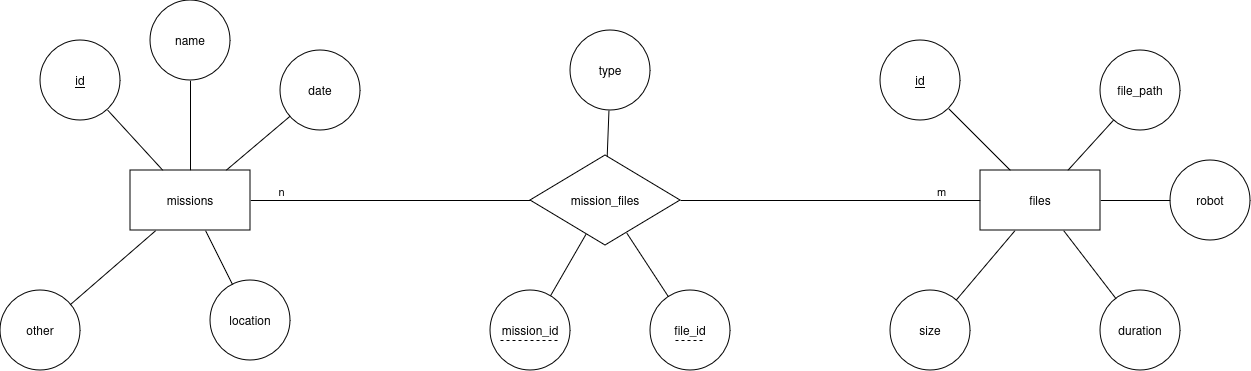
Above: docs/db_scheme/db_scheme_er_diagram.png in brendel-group/mission_db (draw.io), before the change. Source tidied: cells renumbered, new cells last; positions are measured from the earlier drawing's top-left corner, leaving out a move shared by most shapes.
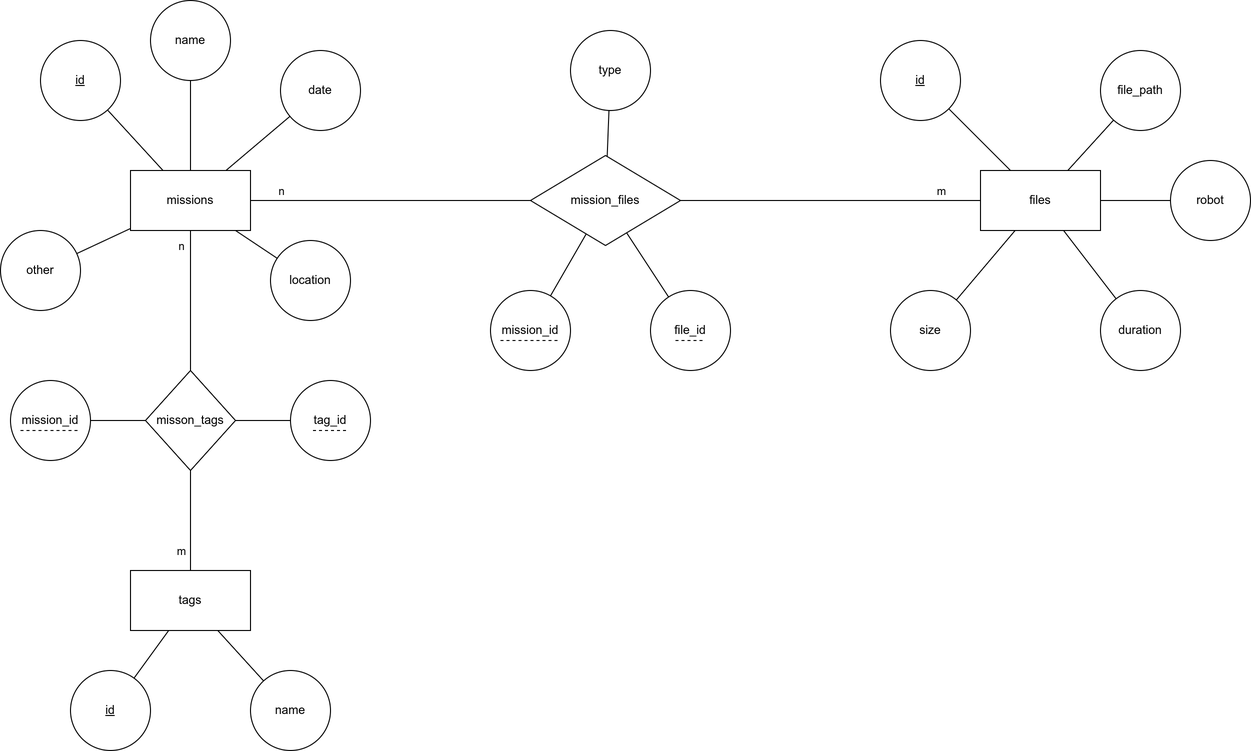
The same diagram one commit later.

Commit message:
Update database scheme and description for tags (#32)

I updated the two files with the ER diagram and updated the desciption
in the
[README.md](https://github.com/brendel-group/polybot_mission_db/tree/feature/update_db_scheme_tags/docs/db_scheme).\
The new parts are the `tags` and `mission_tags` tables and their
explanation.

You only need to look at the README.md and try to understand the
explanation.

resolves #24

What changed in the source:
```diff
@@ -28,6 +28,14 @@
     <mxCell id="9" style="edgeStyle=none;shape=connector;rounded=0;jettySize=auto;html=1;strokeColor=default;align=center;verticalAlign=middle;fontFamily=Helvetica;fontSize=11;fontColor=default;labelBackgroundColor=default;endArrow=none;" parent="1" edge="1" source="10" target="32">
       <mxGeometry relative="1" as="geometry" />
     </mxCell>
+    <mxCell id="39" style="edgeStyle=none;shape=connector;rounded=0;jettySize=auto;html=1;labelBackgroundColor=default;strokeColor=default;align=center;verticalAlign=middle;fontFamily=Helvetica;fontSize=11;fontColor=default;endArrow=none;" parent="1" edge="1" source="10" target="45">
+      <mxGeometry relative="1" as="geometry" />
+    </mxCell>
+    <mxCell id="40" value="n" style="edgeLabel;html=1;align=center;verticalAlign=middle;fontSize=11;fontFamily=Helvetica;fontColor=default;" parent="39" vertex="1">
+      <mxGeometry x="-0.17" y="2" relative="1" as="geometry">
+        <mxPoint x="-12" y="-43" as="offset" />
+      </mxGeometry>
+    </mxCell>
     <mxCell id="10" value="missions" style="rounded=0;whiteSpace=wrap;html=1;" parent="1" vertex="1">
       <mxGeometry x="130" y="170" width="120" height="60" as="geometry" />
     </mxCell>
@@ -61,10 +69,10 @@
       <mxGeometry x="40" y="40" width="80" height="80" as="geometry" />
     </mxCell>
     <mxCell id="20" value="location" style="ellipse;whiteSpace=wrap;html=1;rounded=0;" parent="1" vertex="1">
-      <mxGeometry x="210" y="280" width="80" height="80" as="geometry" />
+      <mxGeometry x="270" y="240" width="80" height="80" as="geometry" />
     </mxCell>
     <mxCell id="21" value="other" style="ellipse;whiteSpace=wrap;html=1;rounded=0;" parent="1" vertex="1">
-      <mxGeometry y="290" width="80" height="80" as="geometry" />
+      <mxGeometry y="230" width="80" height="80" as="geometry" />
     </mxCell>
     <mxCell id="22" style="edgeStyle=none;shape=connector;rounded=0;jettySize=auto;html=1;strokeColor=default;align=center;verticalAlign=middle;fontFamily=Helvetica;fontSize=11;fontColor=default;labelBackgroundColor=default;endArrow=none;" parent="1" edge="1" source="25" target="34">
       <mxGeometry relative="1" as="geometry" />
@@ -123,5 +131,61 @@
         <mxPoint x="70" y="50" as="targetPoint" />
       </mxGeometry>
     </mxCell>
+    <mxCell id="41" style="edgeStyle=none;shape=connector;rounded=0;jettySize=auto;html=1;labelBackgroundColor=default;strokeColor=default;align=center;verticalAlign=middle;fontFamily=Helvetica;fontSize=11;fontColor=default;endArrow=none;" parent="1" edge="1" source="45" target="48">
+      <mxGeometry relative="1" as="geometry" />
+    </mxCell>
+    <mxCell id="42" value="m" style="edgeLabel;html=1;align=center;verticalAlign=middle;fontSize=11;fontFamily=Helvetica;fontColor=default;" parent="41" vertex="1">
+      <mxGeometry x="0.06" y="-3" relative="1" as="geometry">
+        <mxPoint x="-7" y="27" as="offset" />
+      </mxGeometry>
+    </mxCell>
+    <mxCell id="43" style="edgeStyle=none;shape=connector;rounded=0;jettySize=auto;html=1;labelBackgroundColor=default;strokeColor=default;align=center;verticalAlign=middle;fontFamily=Helvetica;fontSize=11;fontColor=default;endArrow=none;" parent="1" edge="1" source="45" target="52">
+      <mxGeometry relative="1" as="geometry" />
+    </mxCell>
+    <mxCell id="44" style="edgeStyle=none;shape=connector;rounded=0;jettySize=auto;html=1;labelBackgroundColor=default;strokeColor=default;align=center;verticalAlign=middle;fontFamily=Helvetica;fontSize=11;fontColor=default;endArrow=none;" parent="1" edge="1" source="45" target="55">
+      <mxGeometry relative="1" as="geometry" />
+    </mxCell>
+    <mxCell id="45" value="misson_tags" style="rhombus;whiteSpace=wrap;html=1;rounded=0;" parent="1" vertex="1">
+      <mxGeometry x="145" y="370" width="90" height="100" as="geometry" />
+    </mxCell>
+    <mxCell id="46" style="edgeStyle=none;shape=connector;rounded=0;jettySize=auto;html=1;labelBackgroundColor=default;strokeColor=default;align=center;verticalAlign=middle;fontFamily=Helvetica;fontSize=11;fontColor=default;endArrow=none;" parent="1" edge="1" source="48" target="49">
+      <mxGeometry relative="1" as="geometry" />
+    </mxCell>
+    <mxCell id="47" style="edgeStyle=none;shape=connector;rounded=0;jettySize=auto;html=1;labelBackgroundColor=default;strokeColor=default;align=center;verticalAlign=middle;fontFamily=Helvetica;fontSize=11;fontColor=default;endArrow=none;" parent="1" edge="1" source="48" target="50">
+      <mxGeometry relative="1" as="geometry" />
+    </mxCell>
+    <mxCell id="48" value="tags" style="whiteSpace=wrap;html=1;rounded=0;" parent="1" vertex="1">
+      <mxGeometry x="130" y="570" width="120" height="60" as="geometry" />
+    </mxCell>
+    <mxCell id="49" value="&lt;u&gt;id&lt;/u&gt;" style="ellipse;whiteSpace=wrap;html=1;rounded=0;" parent="1" vertex="1">
+      <mxGeometry x="70" y="670" width="80" height="80" as="geometry" />
+    </mxCell>
+    <mxCell id="50" value="name" style="ellipse;whiteSpace=wrap;html=1;rounded=0;" parent="1" vertex="1">
+      <mxGeometry x="250" y="670" width="80" height="80" as="geometry" />
+    </mxCell>
+    <mxCell id="51" style="group;" parent="1" vertex="1">
+      <mxGeometry x="10" y="380" width="80" height="80" as="geometry" />
+    </mxCell>
+    <mxCell id="52" value="mission_id" style="ellipse;whiteSpace=wrap;html=1;rounded=0;" parent="51" vertex="1">
+      <mxGeometry width="80" height="80" as="geometry" />
+    </mxCell>
+    <mxCell id="53" style="endArrow=none;dashed=1;html=1;rounded=0;labelBackgroundColor=default;strokeColor=default;align=center;verticalAlign=middle;fontFamily=Helvetica;fontSize=11;fontColor=default;shape=connector;" parent="51" edge="1">
+      <mxGeometry relative="1" as="geometry">
+        <mxPoint x="10" y="50" as="sourcePoint" />
+        <mxPoint x="70" y="50" as="targetPoint" />
+      </mxGeometry>
+    </mxCell>
+    <mxCell id="54" style="group;" parent="1" vertex="1">
+      <mxGeometry x="290" y="380" width="80" height="80" as="geometry" />
+    </mxCell>
+    <mxCell id="55" value="tag_id" style="ellipse;whiteSpace=wrap;html=1;rounded=0;" parent="54" vertex="1">
+      <mxGeometry width="80" height="80" as="geometry" />
+    </mxCell>
+    <mxCell id="56" style="endArrow=none;dashed=1;html=1;rounded=0;labelBackgroundColor=default;strokeColor=default;align=center;verticalAlign=middle;fontFamily=Helvetica;fontSize=11;fontColor=default;shape=connector;" parent="54" edge="1">
+      <mxGeometry relative="1" as="geometry">
+        <mxPoint x="22.5" y="50" as="sourcePoint" />
+        <mxPoint x="57.5" y="50" as="targetPoint" />
+      </mxGeometry>
+    </mxCell>
   </root>
 </mxGraphModel>
```
